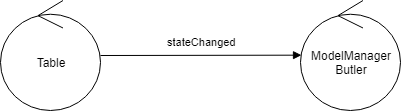
xAlessandroC/iss2019TemaFinale keeps this draw.io diagram as Docs/Analisi_Iniziale/zooming2/TableModelButlerArchitecture.png. Above is the earlier version. Source tidied: cells renumbered, new cells last; positions are measured from the earlier drawing's top-left corner, leaving out a move shared by most shapes. Its diagram source:
```xml
<mxGraphModel>
  <root>
    <mxCell id="0" />
    <mxCell id="1" parent="0" />
    <mxCell id="2" value="robotCmd(X)" style="html=1;verticalAlign=bottom;endArrow=block;entryX=0.017;entryY=0.561;entryDx=0;entryDy=0;entryPerimeter=0;exitX=1.025;exitY=0.544;exitDx=0;exitDy=0;exitPerimeter=0;" parent="1" edge="1" target="x">
      <mxGeometry x="0.02" y="5" relative="1" as="geometry">
        <mxPoint x="322.5" y="69.8" as="sourcePoint" />
      </mxGeometry>
    </mxCell>
    <mxCell id="3" value="Table" style="ellipse;shape=umlControl;whiteSpace=wrap;html=1;" parent="1" vertex="1">
      <mxGeometry width="100" height="110" as="geometry" />
    </mxCell>
    <mxCell id="4" value="ModelManager&lt;br&gt;Butler" style="ellipse;shape=umlControl;whiteSpace=wrap;html=1;" parent="1" vertex="1">
      <mxGeometry x="300" width="100" height="110" as="geometry" />
    </mxCell>
    <mxCell id="5" value="stateChanged" style="html=1;verticalAlign=bottom;endArrow=block;entryX=0.01;entryY=0.497;entryDx=0;entryDy=0;entryPerimeter=0;" parent="1" edge="1" source="3" target="4">
      <mxGeometry x="0.02" y="5" relative="1" as="geometry" />
    </mxCell>
  </root>
</mxGraphModel>
```
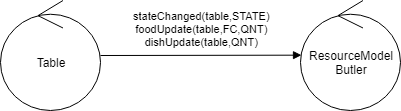
The same file after the commit.

The edit, as a diff of the source:
```diff
@@ -2,18 +2,13 @@
   <root>
     <mxCell id="0" />
     <mxCell id="1" parent="0" />
-    <mxCell id="2" value="robotCmd(X)" style="html=1;verticalAlign=bottom;endArrow=block;entryX=0.017;entryY=0.561;entryDx=0;entryDy=0;entryPerimeter=0;exitX=1.025;exitY=0.544;exitDx=0;exitDy=0;exitPerimeter=0;" parent="1" edge="1" target="x">
-      <mxGeometry x="0.02" y="5" relative="1" as="geometry">
-        <mxPoint x="322.5" y="69.8" as="sourcePoint" />
-      </mxGeometry>
-    </mxCell>
     <mxCell id="3" value="Table" style="ellipse;shape=umlControl;whiteSpace=wrap;html=1;" parent="1" vertex="1">
       <mxGeometry width="100" height="110" as="geometry" />
     </mxCell>
-    <mxCell id="4" value="ModelManager&lt;br&gt;Butler" style="ellipse;shape=umlControl;whiteSpace=wrap;html=1;" parent="1" vertex="1">
+    <mxCell id="4" value="ResourceModel&lt;br&gt;Butler" style="ellipse;shape=umlControl;whiteSpace=wrap;html=1;" parent="1" vertex="1">
       <mxGeometry x="300" width="100" height="110" as="geometry" />
     </mxCell>
-    <mxCell id="5" value="stateChanged" style="html=1;verticalAlign=bottom;endArrow=block;entryX=0.01;entryY=0.497;entryDx=0;entryDy=0;entryPerimeter=0;" parent="1" edge="1" source="3" target="4">
+    <mxCell id="5" value="stateChanged(table,STATE)&lt;br&gt;foodUpdate(table,FC,QNT)&lt;br&gt;dishUpdate(table,QNT)" style="html=1;verticalAlign=bottom;endArrow=block;entryX=0.01;entryY=0.497;entryDx=0;entryDy=0;entryPerimeter=0;" parent="1" edge="1" source="3" target="4">
       <mxGeometry x="0.02" y="5" relative="1" as="geometry" />
     </mxCell>
   </root>
```
